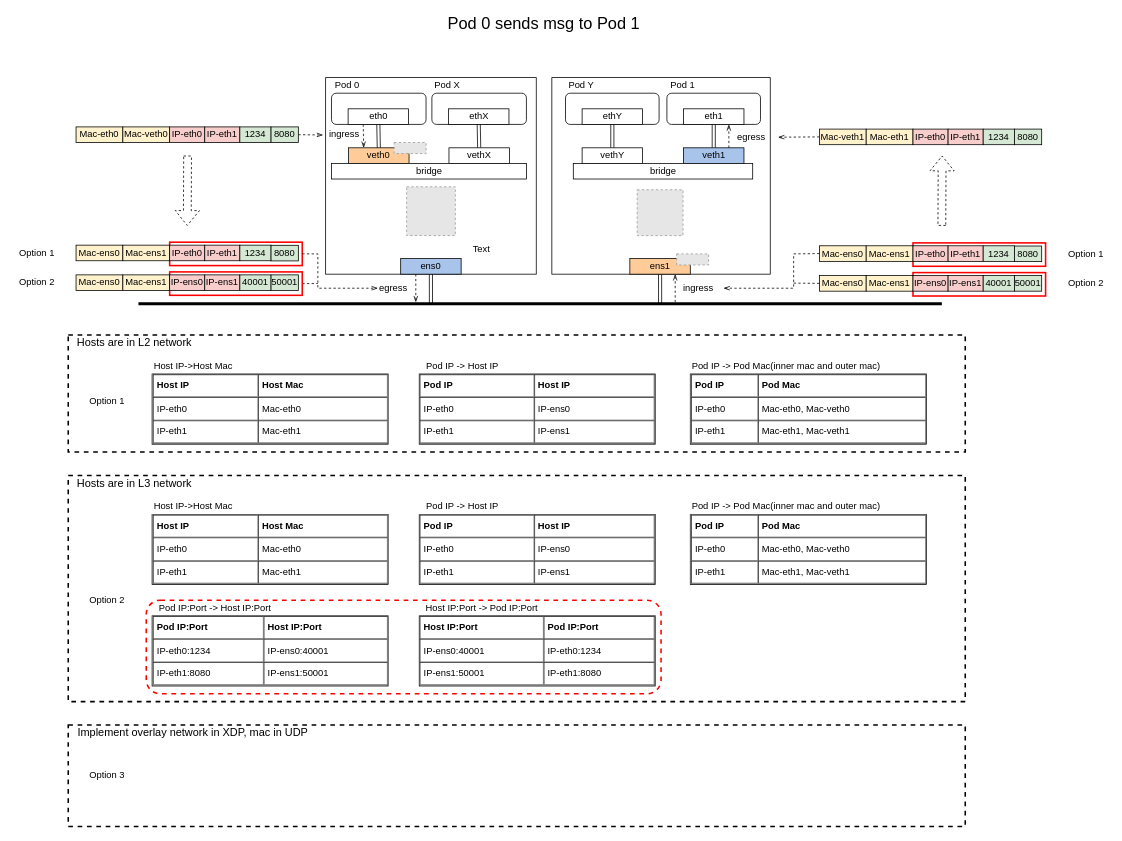
Before: ebpf+nic.drawio in LuyaoZhong/Figures, a draw.io diagram. Source tidied: cells renumbered, new cells numbered last; positions are measured from the earlier drawing's top-left corner, leaving out a move shared by most shapes. Both pictures are drawn from the tidied source at 78%, with x=0, y=0 at pixel (13, 15). Pictures stored in the file or linked from it are replaced by grey dashed boxes.
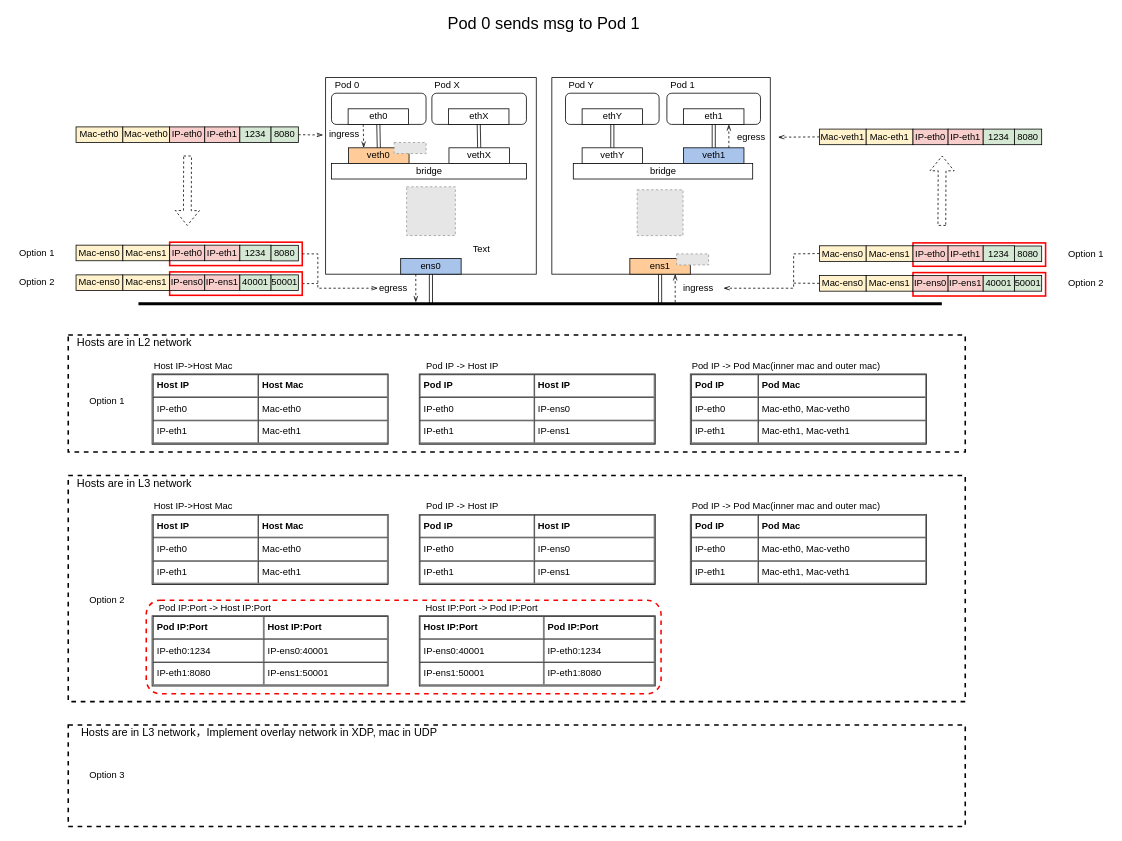
The same page after the edit.

Change to the diagram source:
```diff
@@
-    <mxCell id="120" value="&lt;font style=&quot;font-size: 14px&quot;&gt;Implement overlay network in XDP, mac in UDP&lt;/font&gt;" style="text;html=1;strokeColor=none;fillColor=none;align=center;verticalAlign=middle;whiteSpace=wrap;rounded=0;" parent="1" vertex="1">
-      <mxGeometry x="80" y="910" width="300" height="20" as="geometry" />
+    <mxCell id="120" value="&lt;font style=&quot;font-size: 14px&quot;&gt;Hosts are in L3 network，Implement overlay network in XDP, mac in UDP&lt;/font&gt;" style="text;html=1;strokeColor=none;fillColor=none;align=center;verticalAlign=middle;whiteSpace=wrap;rounded=0;" parent="1" vertex="1">
+      <mxGeometry x="80" y="910" width="470" height="20" as="geometry" />
     </mxCell>
```
